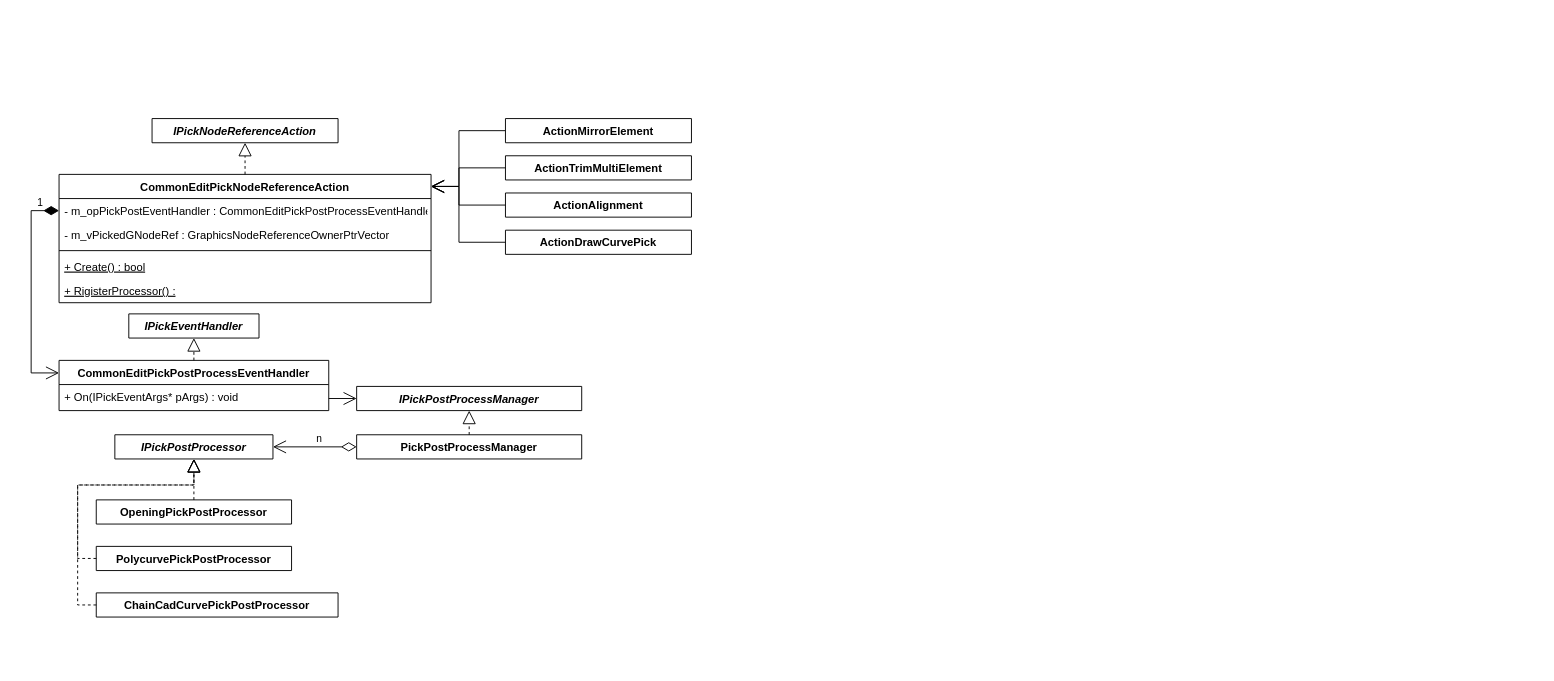
This is page "Page-1" (1 of 2) of ChainPickCadCurve.drawio from Sean-Xu-Code/cpp, a draw.io file, before an edit. Source tidied: cells renumbered, new cells numbered last; positions are measured from the earlier drawing's top-left corner, leaving out a move shared by most shapes. Both pictures are drawn from the tidied source at 93%, with x=0, y=0 at pixel (31, 118).
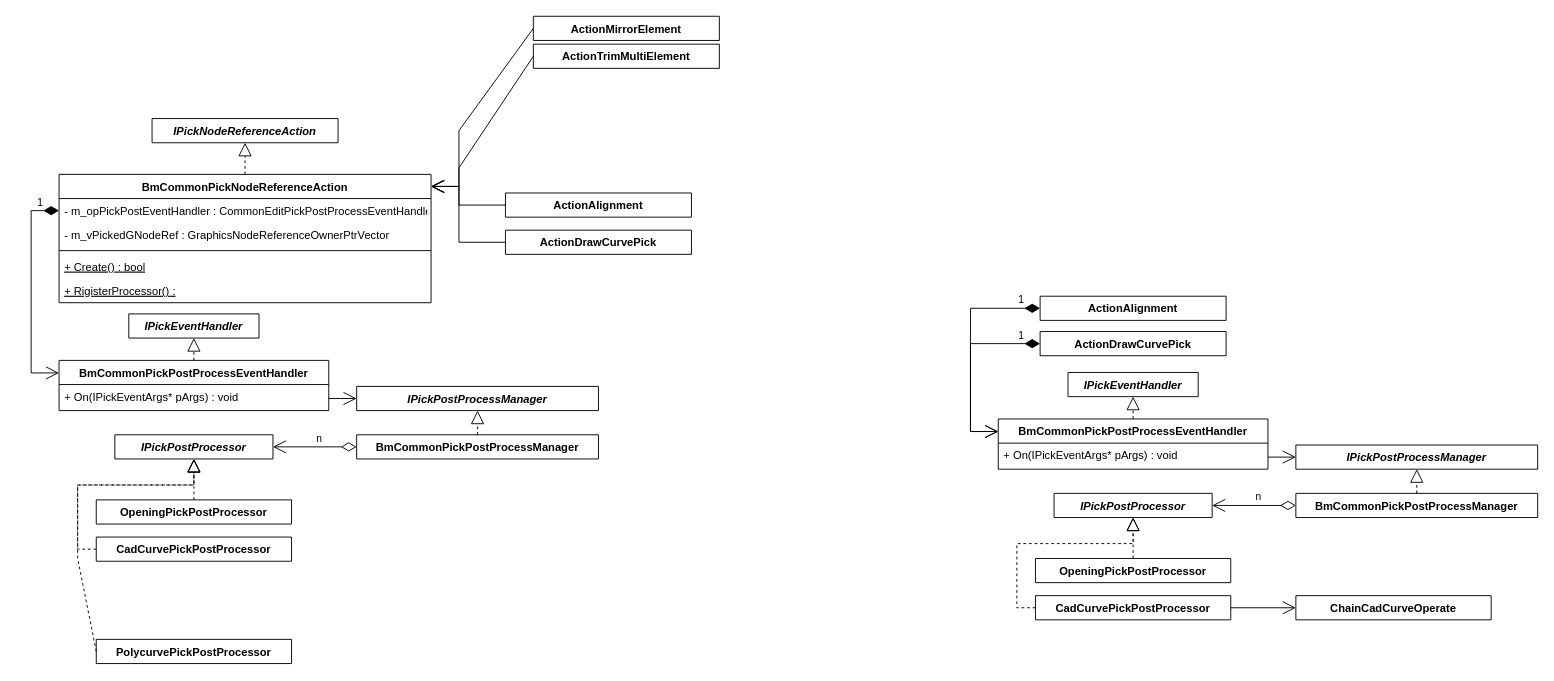
After the change.

Unchanged cells that the change refers to:
```xml
<mxCell id="9" value="IPickPostProcessor" style="swimlane;fontStyle=3;align=center;verticalAlign=top;horizontal=1;startSize=26;rounded=0;shadow=0;strokeWidth=1;" parent="1" vertex="1" collapsed="1">
  <mxGeometry x="90" y="340" width="170" height="26" as="geometry" />
</mxCell>
```

Change to the diagram source:
```diff
@@
-    <mxCell id="3" value="CommonEditPickNodeReferenceAction" style="swimlane;fontStyle=1;align=center;verticalAlign=top;horizontal=1;startSize=26;rounded=0;shadow=0;strokeWidth=1;" parent="1" vertex="1">
+    <mxCell id="3" value="BmCommonPickNodeReferenceAction" style="swimlane;fontStyle=1;align=center;verticalAlign=top;horizontal=1;startSize=26;rounded=0;shadow=0;strokeWidth=1;" parent="1" vertex="1">
       <mxGeometry x="30" y="60" width="400" height="138" as="geometry" />
     </mxCell>
@@
     <mxCell id="10" value="IPickPostProcessManager" style="swimlane;fontStyle=3;align=center;verticalAlign=top;horizontal=1;startSize=26;rounded=0;shadow=0;strokeWidth=1;" parent="1" vertex="1" collapsed="1">
-      <mxGeometry x="350" y="288" width="242" height="26" as="geometry" />
+      <mxGeometry x="350" y="288" width="260" height="26" as="geometry" />
     </mxCell>
@@
-    <mxCell id="13" value="CommonEditPickPostProcessEventHandler" style="swimlane;fontStyle=1;align=center;verticalAlign=top;horizontal=1;startSize=26;rounded=0;shadow=0;strokeWidth=1;" parent="1" vertex="1">
+    <mxCell id="13" value="BmCommonPickPostProcessEventHandler" style="swimlane;fontStyle=1;align=center;verticalAlign=top;horizontal=1;startSize=26;rounded=0;shadow=0;strokeWidth=1;" parent="1" vertex="1">
       <mxGeometry x="30" y="260" width="290" height="54" as="geometry" />
     </mxCell>
@@
     <mxCell id="17" value="PolycurvePickPostProcessor" style="swimlane;fontStyle=1;align=center;verticalAlign=top;horizontal=1;startSize=26;rounded=0;shadow=0;strokeWidth=1;" parent="1" vertex="1" collapsed="1">
-      <mxGeometry x="70" y="460" width="210" height="26" as="geometry" />
+      <mxGeometry x="70" y="560" width="210" height="26" as="geometry" />
     </mxCell>
-    <mxCell id="18" value="ChainCadCurvePickPostProcessor" style="swimlane;fontStyle=1;align=center;verticalAlign=top;horizontal=1;startSize=26;rounded=0;shadow=0;strokeWidth=1;" parent="1" vertex="1" collapsed="1">
-      <mxGeometry x="70" y="510" width="260" height="26" as="geometry" />
+    <mxCell id="18" value="CadCurvePickPostProcessor" style="swimlane;fontStyle=1;align=center;verticalAlign=top;horizontal=1;startSize=26;rounded=0;shadow=0;strokeWidth=1;" parent="1" vertex="1" collapsed="1">
+      <mxGeometry x="70" y="450" width="210" height="26" as="geometry" />
     </mxCell>
@@
     <mxCell id="21" style="endArrow=block;dashed=1;endFill=0;endSize=12;html=1;rounded=0;entryX=0.5;entryY=1;entryDx=0;entryDy=0;exitX=0;exitY=0.5;exitDx=0;exitDy=0;" parent="1" edge="1" source="18" target="9">
       <mxGeometry relative="1" as="geometry">
         <Array as="points">
-          <mxPoint x="50" y="523" />
+          <mxPoint x="50" y="463" />
           <mxPoint x="50" y="394" />
           <mxPoint x="175" y="394" />
         </Array>
       </mxGeometry>
     </mxCell>
-    <mxCell id="22" value="PickPostProcessManager" style="swimlane;fontStyle=1;align=center;verticalAlign=top;horizontal=1;startSize=26;rounded=0;shadow=0;strokeWidth=1;" parent="1" vertex="1" collapsed="1">
-      <mxGeometry x="350" y="340" width="242" height="26" as="geometry" />
+    <mxCell id="22" value="BmCommonPickPostProcessManager" style="swimlane;fontStyle=1;align=center;verticalAlign=top;horizontal=1;startSize=26;rounded=0;shadow=0;strokeWidth=1;" parent="1" vertex="1" collapsed="1">
+      <mxGeometry x="350" y="340" width="260" height="26" as="geometry" />
     </mxCell>
@@
     <mxCell id="27" value="ActionMirrorElement" style="swimlane;fontStyle=1;align=center;verticalAlign=top;horizontal=1;startSize=26;rounded=0;shadow=0;strokeWidth=1;" parent="1" vertex="1" collapsed="1">
-      <mxGeometry x="510" width="200" height="26" as="geometry" />
+      <mxGeometry x="540" y="-110" width="200" height="26" as="geometry" />
     </mxCell>
     <mxCell id="28" value="ActionTrimMultiElement" style="swimlane;fontStyle=1;align=center;verticalAlign=top;horizontal=1;startSize=26;rounded=0;shadow=0;strokeWidth=1;" parent="1" vertex="1" collapsed="1">
-      <mxGeometry x="510" y="40" width="200" height="26" as="geometry" />
+      <mxGeometry x="540" y="-80" width="200" height="26" as="geometry" />
     </mxCell>
@@
+    <mxCell id="35" value="IPickPostProcessor" style="swimlane;fontStyle=3;align=center;verticalAlign=top;horizontal=1;startSize=26;rounded=0;shadow=0;strokeWidth=1;" parent="1" vertex="1" collapsed="1">
+      <mxGeometry x="1099.9" y="403" width="170" height="26" as="geometry" />
+    </mxCell>
+    <mxCell id="36" value="IPickPostProcessManager" style="swimlane;fontStyle=3;align=center;verticalAlign=top;horizontal=1;startSize=26;rounded=0;shadow=0;strokeWidth=1;" parent="1" vertex="1" collapsed="1">
+      <mxGeometry x="1359.9" y="351" width="260" height="26" as="geometry" />
+    </mxCell>
+    <mxCell id="37" value="IPickEventHandler" style="swimlane;fontStyle=3;align=center;verticalAlign=top;horizontal=1;startSize=26;" parent="1" vertex="1" collapsed="1">
+      <mxGeometry x="1114.9" y="273" width="140" height="26" as="geometry" />
+    </mxCell>
+    <mxCell id="38" value="BmCommonPickPostProcessEventHandler" style="swimlane;fontStyle=1;align=center;verticalAlign=top;horizontal=1;startSize=26;rounded=0;shadow=0;strokeWidth=1;" parent="1" vertex="1">
+      <mxGeometry x="1039.9" y="323" width="290" height="54" as="geometry" />
+    </mxCell>
+    <mxCell id="39" value="+ On(IPickEventArgs* pArgs) : void" style="text;align=left;verticalAlign=top;spacingLeft=4;spacingRight=4;overflow=hidden;" parent="38" vertex="1">
+      <mxGeometry y="26" width="290" height="26" as="geometry" />
+    </mxCell>
+    <mxCell id="40" style="endArrow=block;dashed=1;endFill=0;endSize=12;html=1;rounded=0;entryX=0.5;entryY=1;entryDx=0;entryDy=0;exitX=0.5;exitY=0;exitDx=0;exitDy=0;" parent="1" edge="1" source="38" target="37">
+      <mxGeometry relative="1" as="geometry" />
+    </mxCell>
+    <mxCell id="41" value="OpeningPickPostProcessor" style="swimlane;fontStyle=1;align=center;verticalAlign=top;horizontal=1;startSize=26;rounded=0;shadow=0;strokeWidth=1;" parent="1" vertex="1" collapsed="1">
+      <mxGeometry x="1079.9" y="473" width="210" height="26" as="geometry" />
+    </mxCell>
+    <mxCell id="42" value="CadCurvePickPostProcessor" style="swimlane;fontStyle=1;align=center;verticalAlign=top;horizontal=1;startSize=26;rounded=0;shadow=0;strokeWidth=1;" parent="1" vertex="1" collapsed="1">
+      <mxGeometry x="1079.9" y="513" width="210" height="26" as="geometry" />
+    </mxCell>
+    <mxCell id="43" style="endArrow=block;dashed=1;endFill=0;endSize=12;html=1;rounded=0;entryX=0.5;entryY=1;entryDx=0;entryDy=0;exitX=0.5;exitY=0;exitDx=0;exitDy=0;" parent="1" edge="1" source="41" target="35">
+      <mxGeometry relative="1" as="geometry" />
+    </mxCell>
+    <mxCell id="44" style="endArrow=block;dashed=1;endFill=0;endSize=12;html=1;rounded=0;entryX=0.5;entryY=1;entryDx=0;entryDy=0;exitX=0;exitY=0.5;exitDx=0;exitDy=0;" parent="1" edge="1" source="42" target="35">
+      <mxGeometry relative="1" as="geometry">
+        <Array as="points">
+          <mxPoint x="1059.9" y="526" />
+          <mxPoint x="1059.9" y="457" />
+          <mxPoint x="1184.9" y="457" />
+        </Array>
+      </mxGeometry>
+    </mxCell>
+    <mxCell id="45" value="BmCommonPickPostProcessManager" style="swimlane;fontStyle=1;align=center;verticalAlign=top;horizontal=1;startSize=26;rounded=0;shadow=0;strokeWidth=1;" parent="1" vertex="1" collapsed="1">
+      <mxGeometry x="1359.9" y="403" width="260" height="26" as="geometry" />
+    </mxCell>
+    <mxCell id="46" style="endArrow=block;dashed=1;endFill=0;endSize=12;html=1;rounded=0;entryX=0.5;entryY=1;entryDx=0;entryDy=0;exitX=0.5;exitY=0;exitDx=0;exitDy=0;" parent="1" edge="1" source="45" target="36">
+      <mxGeometry relative="1" as="geometry" />
+    </mxCell>
+    <mxCell id="47" style="endArrow=open;endFill=1;endSize=12;html=1;rounded=0;entryX=0;entryY=0.5;entryDx=0;entryDy=0;" parent="1" edge="1" target="36">
+      <mxGeometry relative="1" as="geometry">
+        <mxPoint x="1329.9" y="364" as="sourcePoint" />
+      </mxGeometry>
+    </mxCell>
+    <mxCell id="48" value="n" style="endArrow=open;html=1;endSize=12;startArrow=diamondThin;startSize=14;startFill=0;edgeStyle=orthogonalEdgeStyle;align=left;verticalAlign=bottom;rounded=0;entryX=1;entryY=0.5;entryDx=0;entryDy=0;exitX=0;exitY=0.5;exitDx=0;exitDy=0;" parent="1" edge="1" source="45" target="35">
+      <mxGeometry relative="1" as="geometry" />
+    </mxCell>
+    <mxCell id="49" value="1" style="endArrow=open;html=1;endSize=12;startArrow=diamondThin;startSize=14;startFill=1;edgeStyle=orthogonalEdgeStyle;align=left;verticalAlign=bottom;rounded=0;entryX=0;entryY=0.25;entryDx=0;entryDy=0;exitX=0;exitY=0.5;exitDx=0;exitDy=0;" parent="1" edge="1" source="51" target="38">
+      <mxGeometry x="-0.79" relative="1" as="geometry">
+        <Array as="points">
+          <mxPoint x="1010" y="204" />
+          <mxPoint x="1010" y="336" />
+        </Array>
+      </mxGeometry>
+    </mxCell>
+    <mxCell id="50" value="ActionDrawCurvePick" style="swimlane;fontStyle=1;align=center;verticalAlign=top;horizontal=1;startSize=26;rounded=0;shadow=0;strokeWidth=1;" parent="1" vertex="1" collapsed="1">
+      <mxGeometry x="1084.9" y="229" width="200" height="26" as="geometry" />
+    </mxCell>
+    <mxCell id="51" value="ActionAlignment" style="swimlane;fontStyle=1;align=center;verticalAlign=top;horizontal=1;startSize=26;rounded=0;shadow=0;strokeWidth=1;" parent="1" vertex="1" collapsed="1">
+      <mxGeometry x="1084.9" y="191" width="200" height="26" as="geometry" />
+    </mxCell>
+    <mxCell id="52" value="1" style="endArrow=open;html=1;endSize=12;startArrow=diamondThin;startSize=14;startFill=1;edgeStyle=orthogonalEdgeStyle;align=left;verticalAlign=bottom;rounded=0;entryX=0;entryY=0.25;entryDx=0;entryDy=0;exitX=0;exitY=0.5;exitDx=0;exitDy=0;" parent="1" edge="1" source="50" target="38">
+      <mxGeometry x="-0.75" relative="1" as="geometry">
+        <Array as="points">
+          <mxPoint x="1010" y="242" />
+          <mxPoint x="1010" y="336" />
+        </Array>
+      </mxGeometry>
+    </mxCell>
+    <mxCell id="53" value="ChainCadCurveOperate" style="swimlane;fontStyle=1;align=center;verticalAlign=top;horizontal=1;startSize=26;rounded=0;shadow=0;strokeWidth=1;" parent="1" vertex="1" collapsed="1">
+      <mxGeometry x="1359.9" y="513" width="210" height="26" as="geometry" />
+    </mxCell>
+    <mxCell id="54" style="endArrow=open;endFill=1;endSize=12;html=1;rounded=0;exitX=1;exitY=0.5;exitDx=0;exitDy=0;entryX=0;entryY=0.5;entryDx=0;entryDy=0;" parent="1" edge="1" source="42" target="53">
+      <mxGeometry relative="1" as="geometry" />
+    </mxCell>
```
